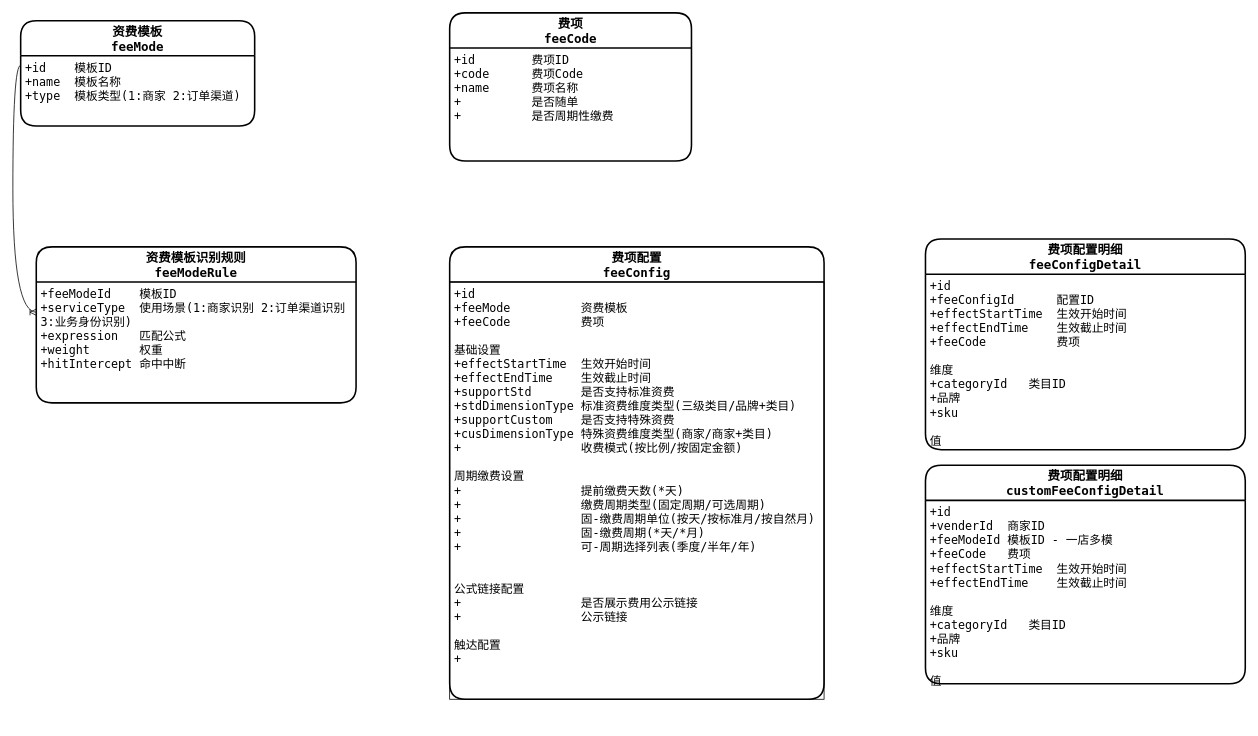
This is 缴费平台ER图.drawio from RubberBoy/some, a draw.io file, before an edit. Source tidied: cells renumbered, new cells numbered last; positions are measured from the earlier drawing's top-left corner, leaving out a move shared by most shapes. Both pictures are drawn from the tidied source at 78%, with x=0, y=0 at pixel (20, 12).
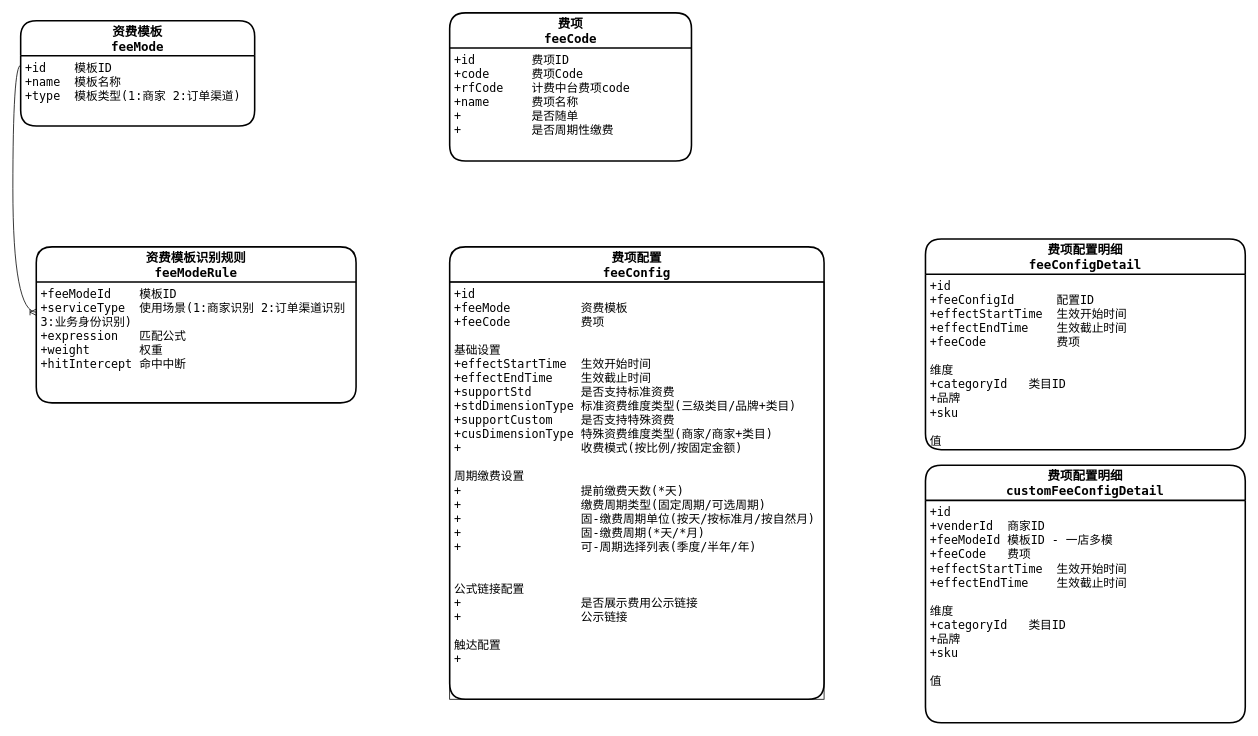
Above is the later version.

Commit message:
更新缴费平台ER图.drawio

Diff of the diagram source:
```diff
@@
 <mxGraphModel>
   <root>
     <mxCell id="0" />
     <mxCell id="1" parent="0" />
     <mxCell id="2" value="资费模板&#10;feeMode" style="swimlane;horizontal=1;startSize=45;rounded=1;fontSize=16;fontStyle=1;strokeWidth=2;shadow=0;dashed=0;align=center;fontFamily=Menlo;" parent="1" vertex="1">
       <mxGeometry y="10" width="300" height="135" as="geometry" />
     </mxCell>
     <mxCell id="3" value="+id    模板ID&#10;+name  模板名称&#10;+type  模板类型(1:商家 2:订单渠道)" style="align=left;strokeColor=none;fillColor=none;spacingLeft=4;fontSize=15;verticalAlign=top;fontFamily=Menlo;" parent="2" vertex="1">
       <mxGeometry y="45" width="300" height="90" as="geometry" />
     </mxCell>
     <mxCell id="4" value="资费模板识别规则&#10;feeModeRule" style="swimlane;horizontal=1;startSize=45;rounded=1;fontSize=16;fontStyle=1;strokeWidth=2;shadow=0;dashed=0;align=center;fontFamily=Menlo;" parent="1" vertex="1">
       <mxGeometry x="20" y="300" width="410" height="200" as="geometry" />
     </mxCell>
     <mxCell id="5" value="+feeModeId    模板ID&#10;+serviceType  使用场景(1:商家识别 2:订单渠道识别 &#10;3:业务身份识别)&#10;+expression   匹配公式&#10;+weight       权重&#10;+hitIntercept 命中中断" style="align=left;strokeColor=none;fillColor=none;spacingLeft=4;fontSize=15;verticalAlign=top;fontFamily=Menlo;" parent="4" vertex="1">
       <mxGeometry y="45" width="410" height="155" as="geometry" />
     </mxCell>
     <mxCell id="6" style="edgeStyle=orthogonalEdgeStyle;fontSize=12;html=1;endArrow=ERoneToMany;rounded=0;fontFamily=Menlo;exitX=0;exitY=0.136;exitDx=0;exitDy=0;exitPerimeter=0;entryX=0;entryY=0.25;entryDx=0;entryDy=0;curved=1;" parent="1" edge="1" source="3" target="5">
       <mxGeometry relative="1" as="geometry" />
     </mxCell>
     <mxCell id="7" value="费项配置&#10;feeConfig" style="swimlane;horizontal=1;startSize=45;rounded=1;fontSize=16;fontStyle=1;strokeWidth=2;shadow=0;dashed=0;align=center;fontFamily=Menlo;strokeColor=#000000;" parent="1" vertex="1">
       <mxGeometry x="550" y="300" width="480" height="580" as="geometry" />
     </mxCell>
     <mxCell id="8" value="+id&#10;+feeMode          资费模板&#10;+feeCode          费项&#10;&#10;基础设置&#10;+effectStartTime  生效开始时间&#10;+effectEndTime    生效截止时间&#10;+supportStd       是否支持标准资费&#10;+stdDimensionType 标准资费维度类型(三级类目/品牌+类目)&#10;+supportCustom    是否支持特殊资费&#10;+cusDimensionType 特殊资费维度类型(商家/商家+类目)&#10;+                 收费模式(按比例/按固定金额)&#10;&#10;周期缴费设置&#10;+                 提前缴费天数(*天)&#10;+                 缴费周期类型(固定周期/可选周期)&#10;+                 固-缴费周期单位(按天/按标准月/按自然月)&#10;+                 固-缴费周期(*天/*月)&#10;+                 可-周期选择列表(季度/半年/年)&#10;&#10;&#10;公式链接配置&#10;+                 是否展示费用公示链接&#10;+                 公示链接&#10;&#10;触达配置&#10;+                 &#10;&#10;&#10;" style="align=left;strokeColor=#000000;fillColor=none;spacingLeft=4;fontSize=15;verticalAlign=top;fontFamily=Menlo;fontColor=#000000;" parent="7" vertex="1">
       <mxGeometry y="45" width="480" height="535" as="geometry" />
     </mxCell>
     <mxCell id="9" value="费项&#10;feeCode" style="swimlane;horizontal=1;startSize=45;rounded=1;fontSize=16;fontStyle=1;strokeWidth=2;shadow=0;dashed=0;align=center;fontFamily=Menlo;" parent="1" vertex="1">
       <mxGeometry x="550" width="310" height="190" as="geometry" />
     </mxCell>
-    <mxCell id="10" value="+id        费项ID&#10;+code      费项Code&#10;+name      费项名称&#10;+          是否随单&#10;+          是否周期性缴费" style="align=left;strokeColor=none;fillColor=none;spacingLeft=4;fontSize=15;verticalAlign=top;fontFamily=Menlo;" parent="9" vertex="1">
+    <mxCell id="10" value="+id        费项ID&#10;+code      费项Code&#10;+rfCode    计费中台费项code&#10;+name      费项名称&#10;+          是否随单&#10;+          是否周期性缴费" style="align=left;strokeColor=none;fillColor=none;spacingLeft=4;fontSize=15;verticalAlign=top;fontFamily=Menlo;" parent="9" vertex="1">
       <mxGeometry y="45" width="310" height="145" as="geometry" />
     </mxCell>
     <mxCell id="11" value="费项配置明细&#10;feeConfigDetail" style="swimlane;horizontal=1;startSize=45;rounded=1;fontSize=16;fontStyle=1;strokeWidth=2;shadow=0;dashed=0;align=center;fontFamily=Menlo;" parent="1" vertex="1">
       <mxGeometry x="1160" y="290" width="410" height="270" as="geometry" />
     </mxCell>
     <mxCell id="12" value="+id&#10;+feeConfigId      配置ID&#10;+effectStartTime  生效开始时间&#10;+effectEndTime    生效截止时间&#10;+feeCode          费项&#10;&#10;维度&#10;+categoryId   类目ID&#10;+品牌&#10;+sku&#10;&#10;值&#10;" style="align=left;strokeColor=none;fillColor=none;spacingLeft=4;fontSize=15;verticalAlign=top;fontFamily=Menlo;" parent="11" vertex="1">
       <mxGeometry y="45" width="410" height="225" as="geometry" />
     </mxCell>
     <mxCell id="13" value="费项配置明细&#10;customFeeConfigDetail" style="swimlane;horizontal=1;startSize=45;rounded=1;fontSize=16;fontStyle=1;strokeWidth=2;shadow=0;dashed=0;align=center;fontFamily=Menlo;" parent="1" vertex="1">
-      <mxGeometry x="1160" y="580" width="410" height="280" as="geometry" />
+      <mxGeometry x="1160" y="580" width="410" height="330" as="geometry" />
     </mxCell>
     <mxCell id="14" value="+id&#10;+venderId  商家ID&#10;+feeModeId 模板ID - 一店多模&#10;+feeCode   费项&#10;+effectStartTime  生效开始时间&#10;+effectEndTime    生效截止时间&#10;&#10;维度&#10;+categoryId   类目ID&#10;+品牌&#10;+sku&#10;&#10;值&#10;" style="align=left;strokeColor=none;fillColor=none;spacingLeft=4;fontSize=15;verticalAlign=top;fontFamily=Menlo;" parent="13" vertex="1">
-      <mxGeometry y="45" width="410" height="235" as="geometry" />
+      <mxGeometry y="45" width="410" height="285" as="geometry" />
     </mxCell>
   </root>
 </mxGraphModel>
```
